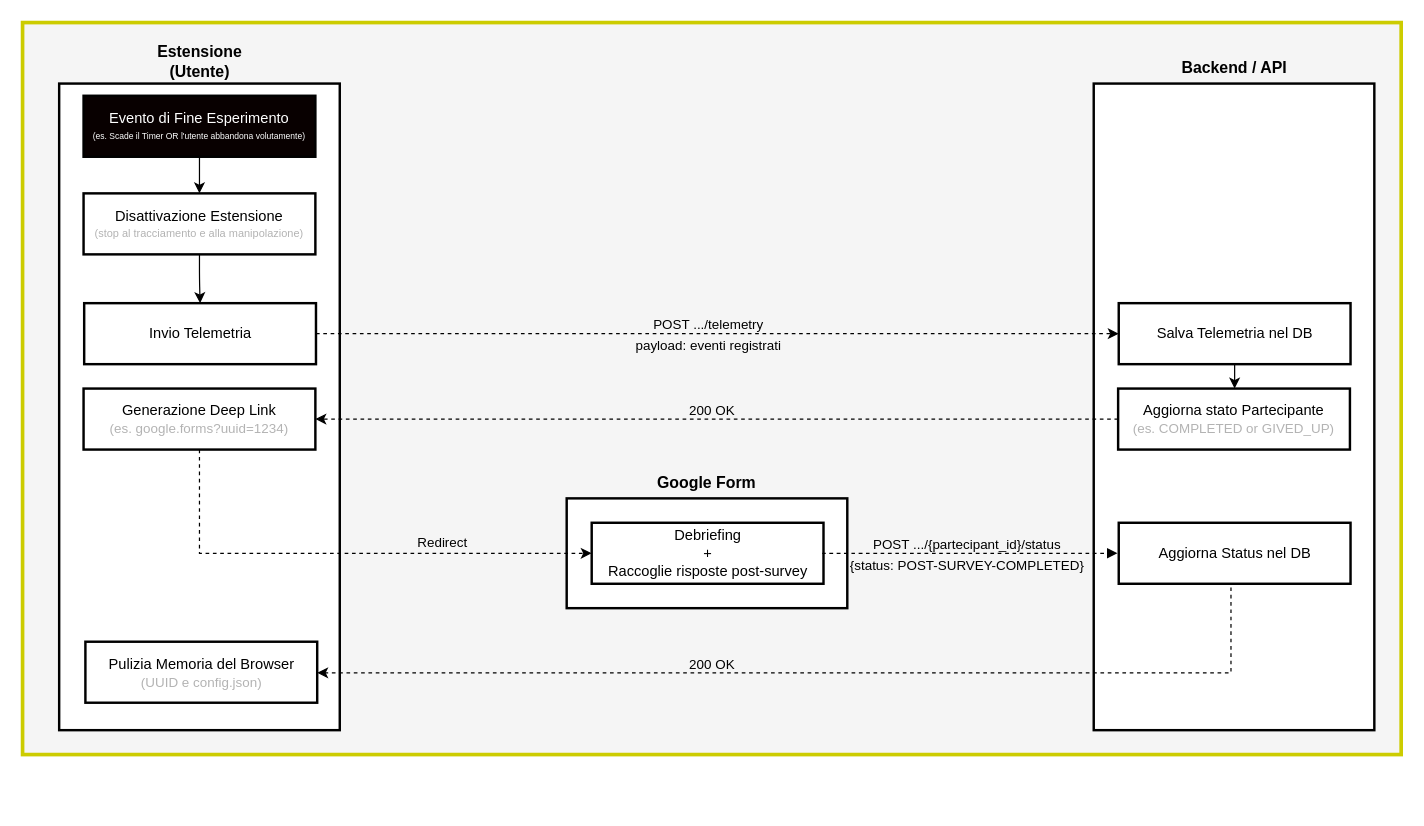
Earlier version of the draw.io diagram diagrams/deenrollment_flow.drawio (giamm025/iBEARer). Source tidied: cells renumbered, new cells numbered last; positions are measured from the earlier drawing's top-left corner, leaving out a move shared by most shapes. Both pictures are drawn from the tidied source at 122%, with x=0, y=0 at pixel (22, 22).
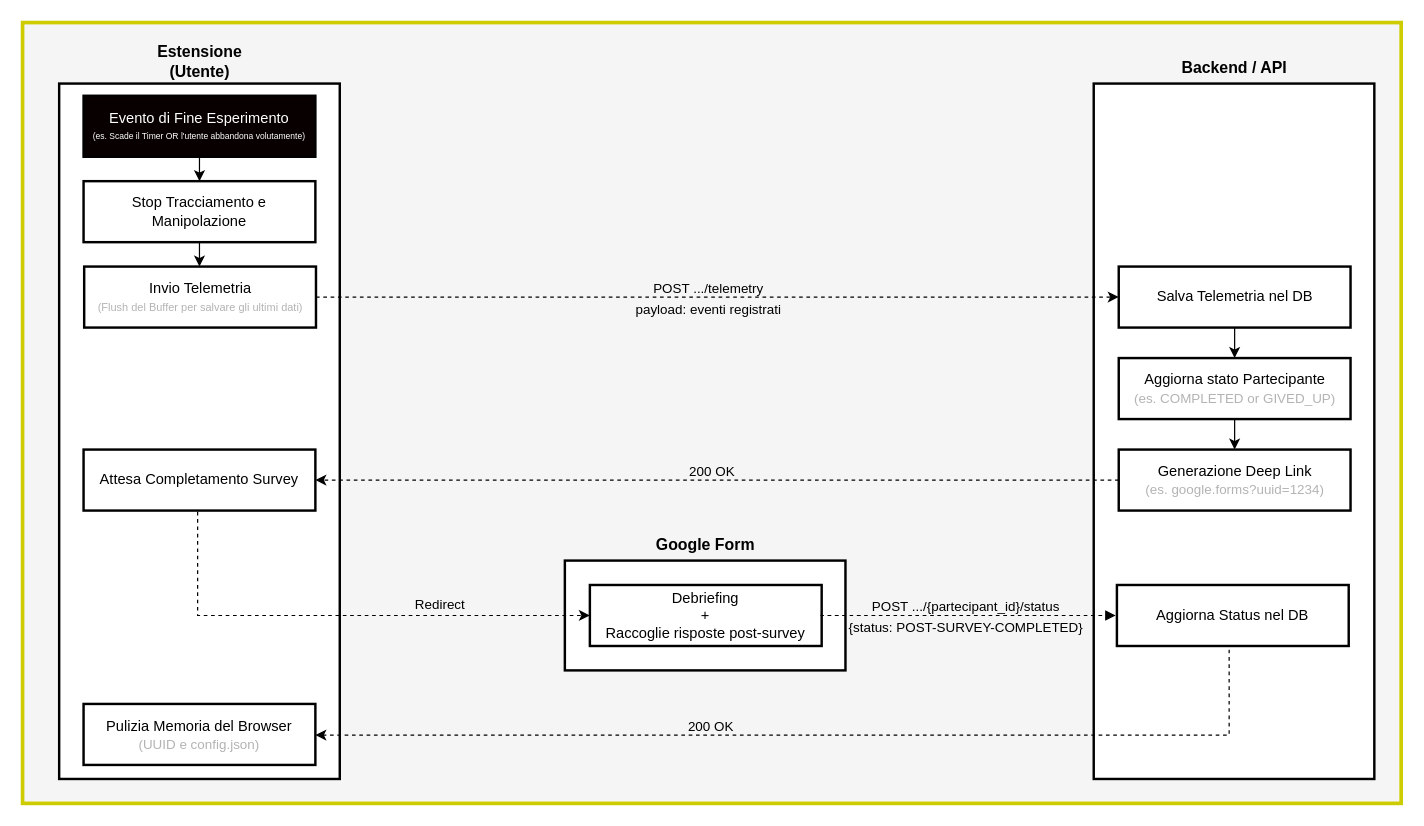
The same page after the edit.

Commit message (it also covers changes not shown here):
DIAG: Modifiche minori

Change to the diagram source:
```diff
@@
     <mxCell id="2" style="rounded=0;whiteSpace=wrap;html=1;fillColor=#f5f5f5;fontColor=#333333;strokeColor=#CCCC00;strokeWidth=3;" parent="1" vertex="1">
-      <mxGeometry width="1130" height="600" as="geometry" />
+      <mxGeometry width="1130" height="640" as="geometry" />
     </mxCell>
     <mxCell id="3" style="whiteSpace=wrap;strokeWidth=2;rounded=0;" parent="1" vertex="1">
-      <mxGeometry x="446" y="390" width="230" height="90" as="geometry" />
+      <mxGeometry x="444.5" y="441" width="230" height="90" as="geometry" />
     </mxCell>
     <mxCell id="4" style="whiteSpace=wrap;strokeWidth=2;rounded=0;" parent="1" vertex="1">
-      <mxGeometry x="878" y="50" width="230" height="530" as="geometry" />
+      <mxGeometry x="878" y="50" width="230" height="570" as="geometry" />
     </mxCell>
     <mxCell id="5" value="Aggiorna Status nel DB" style="whiteSpace=wrap;strokeWidth=2;rounded=0;" parent="1" vertex="1">
-      <mxGeometry x="898.5" y="410" width="190" height="50" as="geometry" />
+      <mxGeometry x="897" y="461" width="190" height="50" as="geometry" />
     </mxCell>
@@
     <mxCell id="7" style="whiteSpace=wrap;strokeWidth=2;rounded=0;" parent="1" vertex="1">
-      <mxGeometry x="30" y="50" width="230" height="530" as="geometry" />
+      <mxGeometry x="30" y="50" width="230" height="570" as="geometry" />
     </mxCell>
@@
-    <mxCell id="12" value="&lt;font style=&quot;font-size: 12px;&quot;&gt;Disattivazione Estensione&lt;br&gt;&lt;/font&gt;&lt;font style=&quot;font-size: 9px; color: rgb(179, 179, 179);&quot;&gt;(stop al tracciamento e alla manipolazione)&lt;/font&gt;" style="whiteSpace=wrap;strokeWidth=2;rounded=0;fontSize=11;html=1;" parent="1" vertex="1">
-      <mxGeometry x="50" y="140" width="190" height="50" as="geometry" />
+    <mxCell id="12" value="&lt;font style=&quot;font-size: 12px;&quot;&gt;Stop Tracciamento e Manipolazione&lt;/font&gt;" style="whiteSpace=wrap;strokeWidth=2;rounded=0;fontSize=11;html=1;" parent="1" vertex="1">
+      <mxGeometry x="50" y="130" width="190" height="50" as="geometry" />
     </mxCell>
@@
-    <mxCell id="15" value="&lt;font&gt;Invio Telemetria&lt;/font&gt;" style="whiteSpace=wrap;strokeWidth=2;rounded=0;html=1;" parent="1" vertex="1">
-      <mxGeometry x="50.5" y="230" width="190" height="50" as="geometry" />
+    <mxCell id="15" value="Invio Telemetria&lt;br&gt;&lt;font style=&quot;font-size: 9px; color: rgb(179, 179, 179);&quot;&gt;(Flush del Buffer per salvare gli ultimi dati)&lt;/font&gt;" style="whiteSpace=wrap;strokeWidth=2;rounded=0;html=1;" parent="1" vertex="1">
+      <mxGeometry x="50.5" y="200" width="190" height="50" as="geometry" />
     </mxCell>
-    <mxCell id="16" style="edgeStyle=orthogonalEdgeStyle;rounded=0;jettySize=auto;html=1;entryX=0;entryY=0.5;entryDx=0;entryDy=0;dashed=1;" parent="1" edge="1" source="18" target="21">
+    <mxCell id="16" style="edgeStyle=orthogonalEdgeStyle;rounded=0;jettySize=auto;html=1;entryX=0;entryY=0.5;entryDx=0;entryDy=0;dashed=1;" parent="1" edge="1" target="21">
       <mxGeometry relative="1" as="geometry">
+        <mxPoint x="143.5" y="401" as="sourcePoint" />
         <Array as="points">
-          <mxPoint x="145" y="435" />
+          <mxPoint x="143.5" y="486" />
         </Array>
       </mxGeometry>
     </mxCell>
@@
-    <mxCell id="18" value="Generazione Deep Link&lt;br&gt;&lt;font style=&quot;color: rgb(179, 179, 179); font-size: 11px;&quot;&gt;(es. google.forms?uuid=1234)&lt;/font&gt;" style="whiteSpace=wrap;strokeWidth=2;rounded=0;html=1;" parent="1" vertex="1">
-      <mxGeometry x="50" y="300" width="190" height="50" as="geometry" />
+    <mxCell id="18" value="Attesa Completamento Survey" style="whiteSpace=wrap;strokeWidth=2;rounded=0;html=1;" parent="1" vertex="1">
+      <mxGeometry x="50" y="350" width="190" height="50" as="geometry" />
     </mxCell>
     <mxCell id="19" value="&lt;font style=&quot;&quot;&gt;Pulizia Memoria del Browser&lt;br&gt;&lt;/font&gt;&lt;font style=&quot;font-size: 11px; color: rgb(179, 179, 179);&quot;&gt;(UUID e config.json)&lt;/font&gt;" style="whiteSpace=wrap;strokeWidth=2;rounded=0;html=1;" parent="1" vertex="1">
-      <mxGeometry x="51.5" y="507.5" width="190" height="50" as="geometry" />
+      <mxGeometry x="50" y="558.5" width="190" height="50" as="geometry" />
     </mxCell>
     <mxCell id="20" value="&lt;span style=&quot;color: rgb(0, 0, 0); font-family: Helvetica; font-style: normal; font-variant-ligatures: normal; font-variant-caps: normal; letter-spacing: normal; orphans: 2; text-align: center; text-indent: 0px; text-transform: none; widows: 2; word-spacing: 0px; -webkit-text-stroke-width: 0px; white-space: normal; text-decoration-thickness: initial; text-decoration-style: initial; text-decoration-color: initial; float: none; display: inline !important;&quot;&gt;&lt;b style=&quot;&quot;&gt;&lt;font style=&quot;font-size: 13px;&quot;&gt;Google Form&lt;/font&gt;&lt;/b&gt;&lt;/span&gt;" style="text;html=1;whiteSpace=wrap;strokeColor=none;fillColor=none;align=center;verticalAlign=middle;rounded=0;labelBackgroundColor=none;" parent="1" vertex="1">
-      <mxGeometry x="507.2" y="363.5" width="107.6" height="26.5" as="geometry" />
+      <mxGeometry x="505.7" y="414.5" width="107.6" height="26.5" as="geometry" />
     </mxCell>
     <mxCell id="21" value="Debriefing&#10;+&#10;Raccoglie risposte post-survey" style="whiteSpace=wrap;strokeWidth=2;rounded=0;" parent="1" vertex="1">
-      <mxGeometry x="466.5" y="410" width="190" height="50" as="geometry" />
+      <mxGeometry x="465" y="461" width="190" height="50" as="geometry" />
     </mxCell>
     <mxCell id="22" style="edgeStyle=orthogonalEdgeStyle;rounded=0;jettySize=auto;html=1;exitX=0.5;exitY=1;exitDx=0;exitDy=0;dashed=1;" parent="1" edge="1" source="5" target="19">
       <mxGeometry relative="1" as="geometry">
         <Array as="points">
-          <mxPoint x="990.5" y="460" />
-          <mxPoint x="990.5" y="533" />
+          <mxPoint x="989" y="511" />
+          <mxPoint x="989" y="584" />
         </Array>
       </mxGeometry>
     </mxCell>
@@
     <mxCell id="24" style="curved=1;startArrow=none;endArrow=block;exitX=1;exitY=0.5;entryX=0;entryY=0.5;rounded=0;entryDx=0;entryDy=0;exitDx=0;exitDy=0;labelBackgroundColor=none;dashed=1;" parent="1" edge="1">
       <mxGeometry x="0.19" y="5" relative="1" as="geometry">
-        <mxPoint x="655.5" y="435" as="sourcePoint" />
-        <mxPoint x="897.5" y="435" as="targetPoint" />
+        <mxPoint x="654" y="486" as="sourcePoint" />
+        <mxPoint x="896" y="486" as="targetPoint" />
       </mxGeometry>
     </mxCell>
@@
-    <mxCell id="26" style="edgeStyle=orthogonalEdgeStyle;jettySize=auto;html=1;entryX=1;entryY=0.5;entryDx=0;entryDy=0;dashed=1;" parent="1" edge="1" source="28" target="18">
+    <mxCell id="26" style="edgeStyle=orthogonalEdgeStyle;jettySize=auto;html=1;entryX=1;entryY=0.5;entryDx=0;entryDy=0;dashed=1;exitX=0;exitY=0.5;exitDx=0;exitDy=0;" parent="1" edge="1" source="32" target="18">
       <mxGeometry relative="1" as="geometry" />
     </mxCell>
@@
+    <mxCell id="31" style="edgeStyle=orthogonalEdgeStyle;rounded=0;jettySize=auto;html=1;entryX=0.5;entryY=0;entryDx=0;entryDy=0;" parent="1" edge="1" source="28" target="32">
+      <mxGeometry relative="1" as="geometry" />
+    </mxCell>
     <mxCell id="28" value="Aggiorna stato Partecipante&lt;br&gt;&lt;font style=&quot;font-size: 11px; color: rgb(179, 179, 179);&quot;&gt;(es. COMPLETED or GIVED_UP)&lt;/font&gt;" style="whiteSpace=wrap;strokeWidth=2;rounded=0;html=1;" parent="1" vertex="1">
-      <mxGeometry x="898" y="300" width="190" height="50" as="geometry" />
+      <mxGeometry x="898.5" y="275" width="190" height="50" as="geometry" />
     </mxCell>
@@
     <mxCell id="30" value="Salva Telemetria nel DB" style="whiteSpace=wrap;strokeWidth=2;rounded=0;" parent="1" vertex="1">
-      <mxGeometry x="898.5" y="230" width="190" height="50" as="geometry" />
+      <mxGeometry x="898.5" y="200" width="190" height="50" as="geometry" />
     </mxCell>
+    <mxCell id="32" value="Generazione Deep Link&lt;br&gt;&lt;font style=&quot;color: rgb(179, 179, 179); font-size: 11px;&quot;&gt;(es. google.forms?uuid=1234)&lt;/font&gt;" style="whiteSpace=wrap;strokeWidth=2;rounded=0;html=1;" parent="1" vertex="1">
+      <mxGeometry x="898.5" y="350" width="190" height="50" as="geometry" />
+    </mxCell>
```
